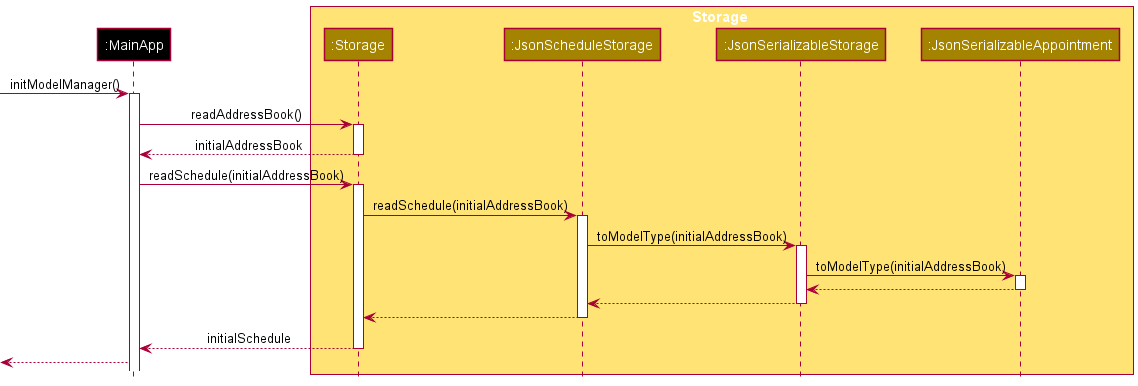
This is docs/images/ScheduleInflationSequenceDiagram.png from nus-cs2103-AY2122S2/tp, a PlantUML export, as it was before one commit.
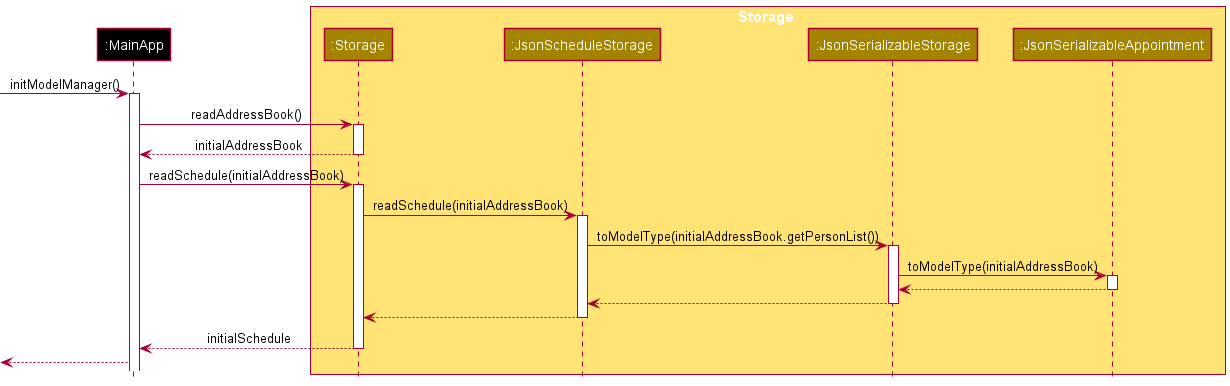
Above is the later version.

Change to the diagram source:
```diff
@@ -1,5 +1,5 @@
 @startuml
-!include style.puml
+!include ../style.puml
 
 participant ":MainApp" as MainApp #000000
 
@@ -21,7 +21,7 @@
 activate Storage
 Storage -> ScheduleStorage : readSchedule(initialAddressBook)
 activate ScheduleStorage
-ScheduleStorage -> JsonSerializableStorage : toModelType(initialAddressBook)
+ScheduleStorage -> JsonSerializableStorage : toModelType(initialAddressBook.getPersonList())
 activate JsonSerializableStorage
 JsonSerializableStorage -> JsonSerializableAppointment : toModelType(initialAddressBook)
 activate JsonSerializableAppointment
```
